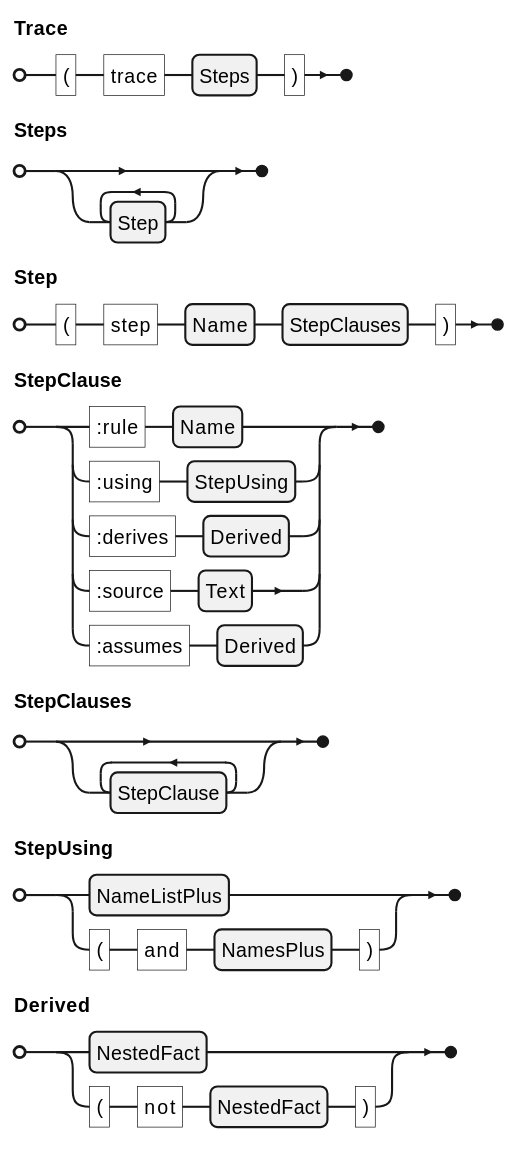
Above: docs/ein/user/04-reference/diagrams/01-grammar-phrase-trace.svg in agutikov/ein (PlantUML), before the change. Its source is kept beside it as docs/ein/user/04-reference/diagrams/01-grammar-phrase-trace.puml.
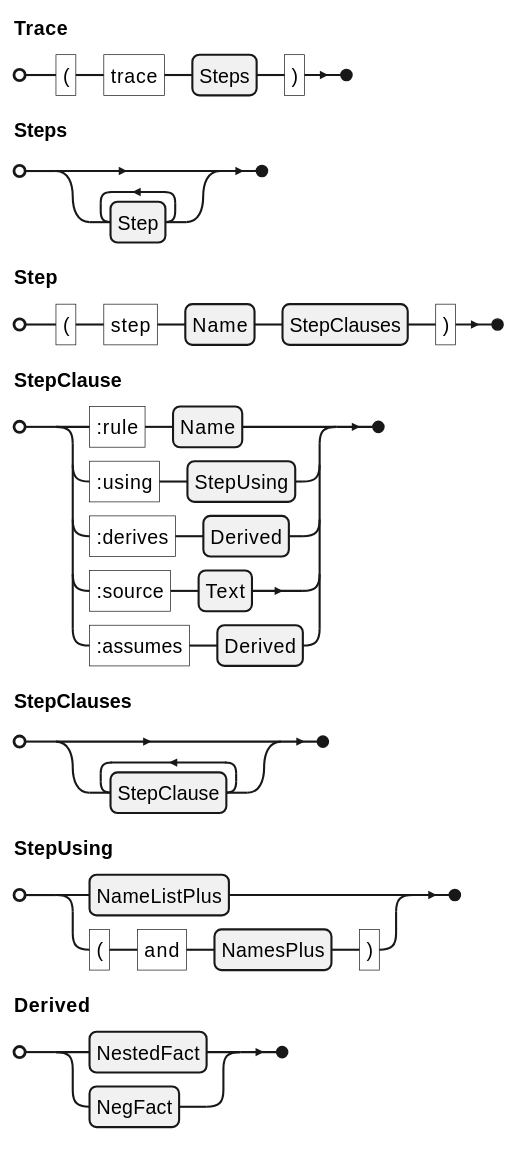
The same diagram one commit later.

Diff of the diagram source:
```diff
@@ -10,5 +10,5 @@
   | ":assumes" , Derived ;
 StepClauses = { StepClause } ;
 StepUsing = NameListPlus | "(" , "and" , NamesPlus , ")" ;
-Derived = NestedFact | "(" , "not" , NestedFact , ")" ;
+Derived = NestedFact | NegFact ;
 @endebnf
```
